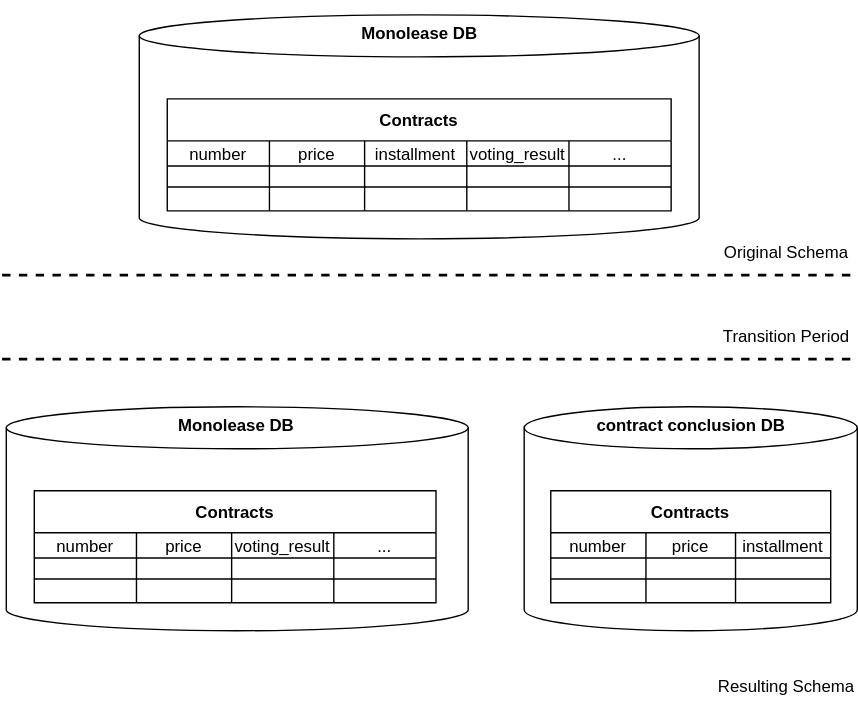
Above: images/domain-driven-refactorings/-template-database-refactoring.drawio.svg in hschwentner/hschwentner.io (draw.io), before the change. Source tidied: cells renumbered, new cells last; positions are measured from the earlier drawing's top-left corner, leaving out a move shared by most shapes. Source of this version:
```xml
<mxGraphModel>
  <root>
    <mxCell id="0" />
    <mxCell id="1" parent="0" />
    <mxCell id="2" style="shape=cylinder3;whiteSpace=wrap;html=1;boundedLbl=1;backgroundOutline=1;size=15;" parent="1" vertex="1">
      <mxGeometry x="98" y="10" width="400" height="160" as="geometry" />
    </mxCell>
    <mxCell id="3" value="Contracts" style="shape=table;startSize=30;fontStyle=1;align=center;" parent="1" vertex="1">
      <mxGeometry x="118" y="70" width="360" height="80" as="geometry" />
    </mxCell>
    <mxCell id="4" style="shape=partialRectangle;html=1;whiteSpace=wrap;fillColor=none;top=0;left=0;bottom=0;right=0;" parent="3" vertex="1">
      <mxGeometry y="30" width="360" height="18" as="geometry" />
    </mxCell>
    <mxCell id="5" value="number" style="shape=partialRectangle;html=1;whiteSpace=wrap;fillColor=none;top=0;left=0;bottom=0;right=0;overflow=hidden;" parent="4" vertex="1">
      <mxGeometry width="73" height="18" as="geometry" />
    </mxCell>
    <mxCell id="6" value="price" style="shape=partialRectangle;html=1;whiteSpace=wrap;fillColor=none;top=0;left=0;bottom=0;right=0;overflow=hidden;" parent="4" vertex="1">
      <mxGeometry x="73" width="68" height="18" as="geometry" />
    </mxCell>
    <mxCell id="7" value="installment" style="shape=partialRectangle;html=1;whiteSpace=wrap;fillColor=none;top=0;left=0;bottom=0;right=0;overflow=hidden;" parent="4" vertex="1">
      <mxGeometry x="141" width="73" height="18" as="geometry" />
    </mxCell>
    <mxCell id="8" value="voting_result" style="shape=partialRectangle;html=1;whiteSpace=wrap;fillColor=none;top=0;left=0;bottom=0;right=0;overflow=hidden;" parent="4" vertex="1">
      <mxGeometry x="214" width="73" height="18" as="geometry" />
    </mxCell>
    <mxCell id="9" value="..." style="shape=partialRectangle;html=1;whiteSpace=wrap;fillColor=none;top=0;left=0;bottom=0;right=0;overflow=hidden;" parent="4" vertex="1">
      <mxGeometry x="287" width="73" height="18" as="geometry" />
    </mxCell>
    <mxCell id="10" style="shape=partialRectangle;html=1;whiteSpace=wrap;fillColor=none;top=0;left=0;bottom=0;right=0;" parent="3" vertex="1">
      <mxGeometry y="48" width="360" height="15" as="geometry" />
    </mxCell>
    <mxCell id="11" style="shape=partialRectangle;html=1;whiteSpace=wrap;fillColor=none;top=0;left=0;bottom=0;right=0;overflow=hidden;" parent="10" vertex="1">
      <mxGeometry width="73" height="15" as="geometry" />
    </mxCell>
    <mxCell id="12" style="shape=partialRectangle;html=1;whiteSpace=wrap;fillColor=none;top=0;left=0;bottom=0;right=0;overflow=hidden;" parent="10" vertex="1">
      <mxGeometry x="73" width="68" height="15" as="geometry" />
    </mxCell>
    <mxCell id="13" style="shape=partialRectangle;html=1;whiteSpace=wrap;fillColor=none;top=0;left=0;bottom=0;right=0;overflow=hidden;" parent="10" vertex="1">
      <mxGeometry x="141" width="73" height="15" as="geometry" />
    </mxCell>
    <mxCell id="14" style="shape=partialRectangle;html=1;whiteSpace=wrap;fillColor=none;top=0;left=0;bottom=0;right=0;overflow=hidden;" parent="10" vertex="1">
      <mxGeometry x="214" width="73" height="15" as="geometry" />
    </mxCell>
    <mxCell id="15" style="shape=partialRectangle;html=1;whiteSpace=wrap;fillColor=none;top=0;left=0;bottom=0;right=0;overflow=hidden;" parent="10" vertex="1">
      <mxGeometry x="287" width="73" height="15" as="geometry" />
    </mxCell>
    <mxCell id="16" style="shape=partialRectangle;html=1;whiteSpace=wrap;fillColor=none;top=0;left=0;bottom=0;right=0;" parent="3" vertex="1">
      <mxGeometry y="63" width="360" height="17" as="geometry" />
    </mxCell>
    <mxCell id="17" style="shape=partialRectangle;html=1;whiteSpace=wrap;fillColor=none;top=0;left=0;bottom=0;right=0;overflow=hidden;" parent="16" vertex="1">
      <mxGeometry width="73" height="17" as="geometry" />
    </mxCell>
    <mxCell id="18" style="shape=partialRectangle;html=1;whiteSpace=wrap;fillColor=none;top=0;left=0;bottom=0;right=0;overflow=hidden;" parent="16" vertex="1">
      <mxGeometry x="73" width="68" height="17" as="geometry" />
    </mxCell>
    <mxCell id="19" style="shape=partialRectangle;html=1;whiteSpace=wrap;fillColor=none;top=0;left=0;bottom=0;right=0;overflow=hidden;" parent="16" vertex="1">
      <mxGeometry x="141" width="73" height="17" as="geometry" />
    </mxCell>
    <mxCell id="20" style="shape=partialRectangle;html=1;whiteSpace=wrap;fillColor=none;top=0;left=0;bottom=0;right=0;overflow=hidden;" parent="16" vertex="1">
      <mxGeometry x="214" width="73" height="17" as="geometry" />
    </mxCell>
    <mxCell id="21" style="shape=partialRectangle;html=1;whiteSpace=wrap;fillColor=none;top=0;left=0;bottom=0;right=0;overflow=hidden;" parent="16" vertex="1">
      <mxGeometry x="287" width="73" height="17" as="geometry" />
    </mxCell>
    <mxCell id="22" style="shape=cylinder3;whiteSpace=wrap;html=1;boundedLbl=1;backgroundOutline=1;size=15;" parent="1" vertex="1">
      <mxGeometry x="373" y="290" width="238" height="160" as="geometry" />
    </mxCell>
    <mxCell id="23" value="Contracts" style="shape=table;startSize=30;fontStyle=1;align=center;" parent="1" vertex="1">
      <mxGeometry x="392" y="350" width="200" height="80" as="geometry" />
    </mxCell>
    <mxCell id="24" style="shape=partialRectangle;html=1;whiteSpace=wrap;fillColor=none;top=0;left=0;bottom=0;right=0;" parent="23" vertex="1">
      <mxGeometry y="30" width="200" height="18" as="geometry" />
    </mxCell>
    <mxCell id="25" value="number" style="shape=partialRectangle;html=1;whiteSpace=wrap;fillColor=none;top=0;left=0;bottom=0;right=0;overflow=hidden;" parent="24" vertex="1">
      <mxGeometry width="68" height="18" as="geometry" />
    </mxCell>
    <mxCell id="26" value="price" style="shape=partialRectangle;html=1;whiteSpace=wrap;fillColor=none;top=0;left=0;bottom=0;right=0;overflow=hidden;" parent="24" vertex="1">
      <mxGeometry x="68" width="64" height="18" as="geometry" />
    </mxCell>
    <mxCell id="27" value="installment" style="shape=partialRectangle;html=1;whiteSpace=wrap;fillColor=none;top=0;left=0;bottom=0;right=0;overflow=hidden;" parent="24" vertex="1">
      <mxGeometry x="132" width="68" height="18" as="geometry" />
    </mxCell>
    <mxCell id="28" style="shape=partialRectangle;html=1;whiteSpace=wrap;fillColor=none;top=0;left=0;bottom=0;right=0;" parent="23" vertex="1">
      <mxGeometry y="48" width="200" height="15" as="geometry" />
    </mxCell>
    <mxCell id="29" style="shape=partialRectangle;html=1;whiteSpace=wrap;fillColor=none;top=0;left=0;bottom=0;right=0;overflow=hidden;" parent="28" vertex="1">
      <mxGeometry width="68" height="15" as="geometry" />
    </mxCell>
    <mxCell id="30" style="shape=partialRectangle;html=1;whiteSpace=wrap;fillColor=none;top=0;left=0;bottom=0;right=0;overflow=hidden;" parent="28" vertex="1">
      <mxGeometry x="68" width="64" height="15" as="geometry" />
    </mxCell>
    <mxCell id="31" style="shape=partialRectangle;html=1;whiteSpace=wrap;fillColor=none;top=0;left=0;bottom=0;right=0;overflow=hidden;" parent="28" vertex="1">
      <mxGeometry x="132" width="68" height="15" as="geometry" />
    </mxCell>
    <mxCell id="32" style="shape=partialRectangle;html=1;whiteSpace=wrap;fillColor=none;top=0;left=0;bottom=0;right=0;" parent="23" vertex="1">
      <mxGeometry y="63" width="200" height="17" as="geometry" />
    </mxCell>
    <mxCell id="33" style="shape=partialRectangle;html=1;whiteSpace=wrap;fillColor=none;top=0;left=0;bottom=0;right=0;overflow=hidden;" parent="32" vertex="1">
      <mxGeometry width="68" height="17" as="geometry" />
    </mxCell>
    <mxCell id="34" style="shape=partialRectangle;html=1;whiteSpace=wrap;fillColor=none;top=0;left=0;bottom=0;right=0;overflow=hidden;" parent="32" vertex="1">
      <mxGeometry x="68" width="64" height="17" as="geometry" />
    </mxCell>
    <mxCell id="35" style="shape=partialRectangle;html=1;whiteSpace=wrap;fillColor=none;top=0;left=0;bottom=0;right=0;overflow=hidden;" parent="32" vertex="1">
      <mxGeometry x="132" width="68" height="17" as="geometry" />
    </mxCell>
    <mxCell id="36" style="shape=cylinder3;whiteSpace=wrap;html=1;boundedLbl=1;backgroundOutline=1;size=15;" parent="1" vertex="1">
      <mxGeometry x="3" y="290" width="330" height="160" as="geometry" />
    </mxCell>
    <mxCell id="37" value="Contracts" style="shape=table;startSize=30;fontStyle=1;align=center;" parent="1" vertex="1">
      <mxGeometry x="23" y="350" width="287" height="80" as="geometry" />
    </mxCell>
    <mxCell id="38" style="shape=partialRectangle;html=1;whiteSpace=wrap;fillColor=none;top=0;left=0;bottom=0;right=0;" parent="37" vertex="1">
      <mxGeometry y="30" width="287" height="18" as="geometry" />
    </mxCell>
    <mxCell id="39" value="number" style="shape=partialRectangle;html=1;whiteSpace=wrap;fillColor=none;top=0;left=0;bottom=0;right=0;overflow=hidden;" parent="38" vertex="1">
      <mxGeometry width="73" height="18" as="geometry" />
    </mxCell>
    <mxCell id="40" value="price" style="shape=partialRectangle;html=1;whiteSpace=wrap;fillColor=none;top=0;left=0;bottom=0;right=0;overflow=hidden;" parent="38" vertex="1">
      <mxGeometry x="73" width="68" height="18" as="geometry" />
    </mxCell>
    <mxCell id="41" value="voting_result" style="shape=partialRectangle;html=1;whiteSpace=wrap;fillColor=none;top=0;left=0;bottom=0;right=0;overflow=hidden;" parent="38" vertex="1">
      <mxGeometry x="141" width="73" height="18" as="geometry" />
    </mxCell>
    <mxCell id="42" value="..." style="shape=partialRectangle;html=1;whiteSpace=wrap;fillColor=none;top=0;left=0;bottom=0;right=0;overflow=hidden;" parent="38" vertex="1">
      <mxGeometry x="214" width="73" height="18" as="geometry" />
    </mxCell>
    <mxCell id="43" style="shape=partialRectangle;html=1;whiteSpace=wrap;fillColor=none;top=0;left=0;bottom=0;right=0;" parent="37" vertex="1">
      <mxGeometry y="48" width="287" height="15" as="geometry" />
    </mxCell>
    <mxCell id="44" style="shape=partialRectangle;html=1;whiteSpace=wrap;fillColor=none;top=0;left=0;bottom=0;right=0;overflow=hidden;" parent="43" vertex="1">
      <mxGeometry width="73" height="15" as="geometry" />
    </mxCell>
    <mxCell id="45" style="shape=partialRectangle;html=1;whiteSpace=wrap;fillColor=none;top=0;left=0;bottom=0;right=0;overflow=hidden;" parent="43" vertex="1">
      <mxGeometry x="73" width="68" height="15" as="geometry" />
    </mxCell>
    <mxCell id="46" style="shape=partialRectangle;html=1;whiteSpace=wrap;fillColor=none;top=0;left=0;bottom=0;right=0;overflow=hidden;" parent="43" vertex="1">
      <mxGeometry x="141" width="73" height="15" as="geometry" />
    </mxCell>
    <mxCell id="47" style="shape=partialRectangle;html=1;whiteSpace=wrap;fillColor=none;top=0;left=0;bottom=0;right=0;overflow=hidden;" parent="43" vertex="1">
      <mxGeometry x="214" width="73" height="15" as="geometry" />
    </mxCell>
    <mxCell id="48" style="shape=partialRectangle;html=1;whiteSpace=wrap;fillColor=none;top=0;left=0;bottom=0;right=0;" parent="37" vertex="1">
      <mxGeometry y="63" width="287" height="17" as="geometry" />
    </mxCell>
    <mxCell id="49" style="shape=partialRectangle;html=1;whiteSpace=wrap;fillColor=none;top=0;left=0;bottom=0;right=0;overflow=hidden;" parent="48" vertex="1">
      <mxGeometry width="73" height="17" as="geometry" />
    </mxCell>
    <mxCell id="50" style="shape=partialRectangle;html=1;whiteSpace=wrap;fillColor=none;top=0;left=0;bottom=0;right=0;overflow=hidden;" parent="48" vertex="1">
      <mxGeometry x="73" width="68" height="17" as="geometry" />
    </mxCell>
    <mxCell id="51" style="shape=partialRectangle;html=1;whiteSpace=wrap;fillColor=none;top=0;left=0;bottom=0;right=0;overflow=hidden;" parent="48" vertex="1">
      <mxGeometry x="141" width="73" height="17" as="geometry" />
    </mxCell>
    <mxCell id="52" style="shape=partialRectangle;html=1;whiteSpace=wrap;fillColor=none;top=0;left=0;bottom=0;right=0;overflow=hidden;" parent="48" vertex="1">
      <mxGeometry x="214" width="73" height="17" as="geometry" />
    </mxCell>
    <mxCell id="53" value="&lt;font style=&quot;font-size: 12px ; line-height: 1&quot;&gt;Monolease DB&lt;/font&gt;" style="text;strokeColor=none;fillColor=none;html=1;fontSize=24;fontStyle=1;verticalAlign=middle;align=center;" parent="1" vertex="1">
      <mxGeometry x="248" width="100" height="40" as="geometry" />
    </mxCell>
    <mxCell id="54" value="&lt;font style=&quot;font-size: 12px ; line-height: 1&quot;&gt;Monolease DB&lt;/font&gt;" style="text;strokeColor=none;fillColor=none;html=1;fontSize=24;fontStyle=1;verticalAlign=middle;align=center;" parent="1" vertex="1">
      <mxGeometry x="116.5" y="280" width="100" height="40" as="geometry" />
    </mxCell>
    <mxCell id="55" value="&lt;font style=&quot;font-size: 12px ; line-height: 1&quot;&gt;contract conclusion DB&lt;/font&gt;" style="text;strokeColor=none;fillColor=none;html=1;fontSize=24;fontStyle=1;verticalAlign=middle;align=center;" parent="1" vertex="1">
      <mxGeometry x="442" y="280" width="100" height="40" as="geometry" />
    </mxCell>
    <mxCell id="56" style="endArrow=none;dashed=1;html=1;fontSize=12;strokeWidth=2;entryX=1;entryY=1;entryDx=0;entryDy=0;" parent="1" edge="1" target="57">
      <mxGeometry relative="1" as="geometry">
        <mxPoint y="196" as="sourcePoint" />
      </mxGeometry>
    </mxCell>
    <mxCell id="57" value="&lt;font style=&quot;font-size: 12px ; line-height: 1 ; font-weight: normal&quot;&gt;Original Schema&lt;/font&gt;" style="text;strokeColor=none;fillColor=none;html=1;fontSize=24;fontStyle=1;verticalAlign=middle;align=center;" parent="1" vertex="1">
      <mxGeometry x="510" y="156" width="100" height="40" as="geometry" />
    </mxCell>
    <mxCell id="58" value="&lt;font style=&quot;font-size: 12px ; line-height: 1 ; font-weight: normal&quot;&gt;Transition Period&lt;/font&gt;" style="text;strokeColor=none;fillColor=none;html=1;fontSize=24;fontStyle=1;verticalAlign=middle;align=center;" parent="1" vertex="1">
      <mxGeometry x="510" y="216" width="100" height="40" as="geometry" />
    </mxCell>
    <mxCell id="59" value="&lt;font style=&quot;font-size: 12px ; line-height: 1 ; font-weight: normal&quot;&gt;Resulting Schema&lt;/font&gt;" style="text;strokeColor=none;fillColor=none;html=1;fontSize=24;fontStyle=1;verticalAlign=middle;align=center;" parent="1" vertex="1">
      <mxGeometry x="510" y="466" width="100" height="40" as="geometry" />
    </mxCell>
    <mxCell id="60" style="endArrow=none;dashed=1;html=1;fontSize=12;strokeWidth=2;" parent="1" edge="1">
      <mxGeometry relative="1" as="geometry">
        <mxPoint y="256" as="sourcePoint" />
        <mxPoint x="610" y="256" as="targetPoint" />
      </mxGeometry>
    </mxCell>
  </root>
</mxGraphModel>
```
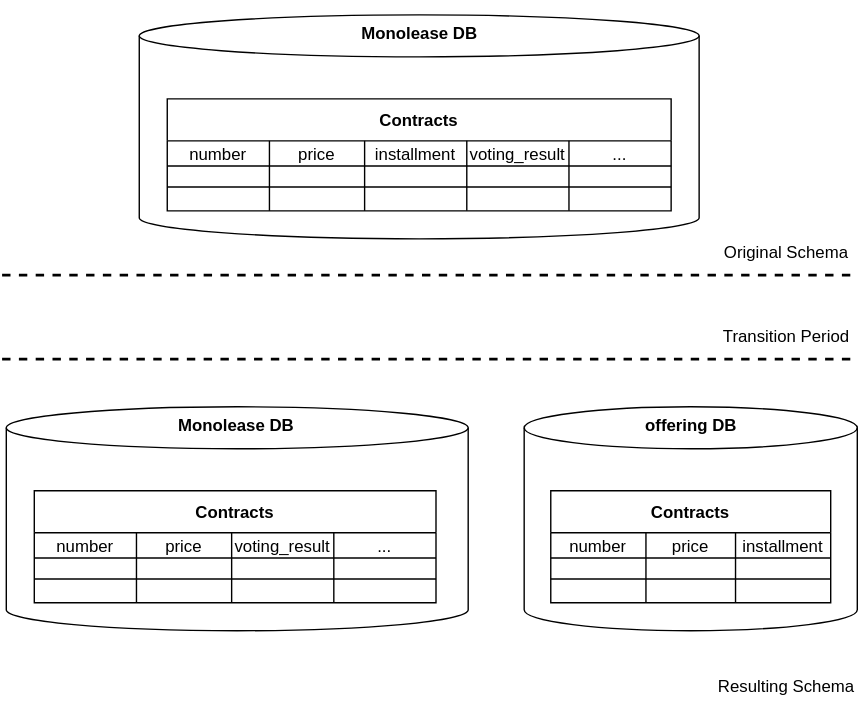
After the change.

Commit message:
Change bounded context name from "contract conclusion" to "offering"

Change to the diagram source:
```diff
@@ -161,7 +161,7 @@
     <mxCell id="54" value="&lt;font style=&quot;font-size: 12px ; line-height: 1&quot;&gt;Monolease DB&lt;/font&gt;" style="text;strokeColor=none;fillColor=none;html=1;fontSize=24;fontStyle=1;verticalAlign=middle;align=center;" parent="1" vertex="1">
       <mxGeometry x="116.5" y="280" width="100" height="40" as="geometry" />
     </mxCell>
-    <mxCell id="55" value="&lt;font style=&quot;font-size: 12px ; line-height: 1&quot;&gt;contract conclusion DB&lt;/font&gt;" style="text;strokeColor=none;fillColor=none;html=1;fontSize=24;fontStyle=1;verticalAlign=middle;align=center;" parent="1" vertex="1">
+    <mxCell id="55" value="&lt;font style=&quot;font-size: 12px ; line-height: 1&quot;&gt;offering DB&lt;/font&gt;" style="text;strokeColor=none;fillColor=none;html=1;fontSize=24;fontStyle=1;verticalAlign=middle;align=center;" parent="1" vertex="1">
       <mxGeometry x="442" y="280" width="100" height="40" as="geometry" />
     </mxCell>
     <mxCell id="56" style="endArrow=none;dashed=1;html=1;fontSize=12;strokeWidth=2;entryX=1;entryY=1;entryDx=0;entryDy=0;" parent="1" edge="1" target="57">
```
